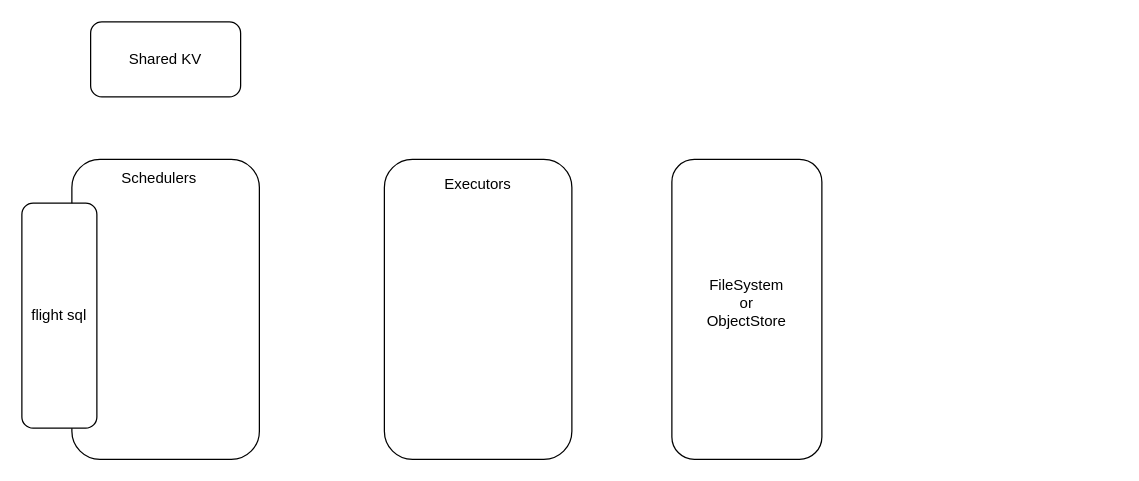
The draw.io diagram content/blog/2024-04-17-ballista-mvp-part1/ballista-mvp-architecture.drawio in systemxlabs/systemxlabs.github.io, before the edit. Source tidied: cells renumbered, new cells numbered last; positions are measured from the earlier drawing's top-left corner, leaving out a move shared by most shapes. Both pictures are drawn from the tidied source at 125%, with x=0, y=0 at pixel (21, 21).
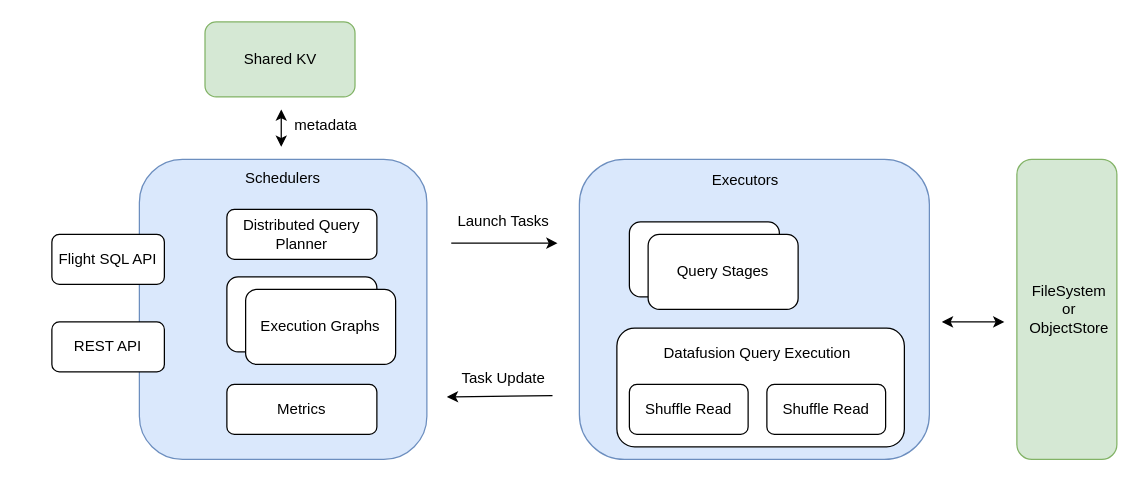
Above is the later version.

Commit message (it also covers changes not shown here):
Update ballista blog part1

Diff of the diagram source:
```diff
@@
-    <mxCell id="2" style="rounded=1;whiteSpace=wrap;html=1;" parent="1" vertex="1">
-      <mxGeometry x="40" y="110" width="150" height="240" as="geometry" />
+    <mxCell id="2" style="rounded=1;whiteSpace=wrap;html=1;fillColor=#dae8fc;strokeColor=#6c8ebf;" parent="1" vertex="1">
+      <mxGeometry x="94" y="110" width="230" height="240" as="geometry" />
     </mxCell>
     <mxCell id="3" value="Schedulers" style="text;html=1;align=center;verticalAlign=middle;whiteSpace=wrap;rounded=0;" parent="1" vertex="1">
-      <mxGeometry x="80" y="110" width="60" height="30" as="geometry" />
+      <mxGeometry x="179" y="110" width="60" height="30" as="geometry" />
     </mxCell>
-    <mxCell id="4" value="flight sql" style="rounded=1;whiteSpace=wrap;html=1;" parent="1" vertex="1">
-      <mxGeometry y="145" width="60" height="180" as="geometry" />
+    <mxCell id="4" value="Flight SQL API" style="rounded=1;whiteSpace=wrap;html=1;" parent="1" vertex="1">
+      <mxGeometry x="24" y="170" width="90" height="40" as="geometry" />
     </mxCell>
-    <mxCell id="5" style="rounded=1;whiteSpace=wrap;html=1;" parent="1" vertex="1">
-      <mxGeometry x="290" y="110" width="150" height="240" as="geometry" />
+    <mxCell id="5" style="rounded=1;whiteSpace=wrap;html=1;fillColor=#dae8fc;strokeColor=#6c8ebf;" parent="1" vertex="1">
+      <mxGeometry x="446" y="110" width="280" height="240" as="geometry" />
     </mxCell>
     <mxCell id="6" value="Executors" style="text;html=1;align=center;verticalAlign=middle;whiteSpace=wrap;rounded=0;" parent="1" vertex="1">
-      <mxGeometry x="335" y="115" width="60" height="30" as="geometry" />
+      <mxGeometry x="549" y="112" width="60" height="30" as="geometry" />
     </mxCell>
-    <mxCell id="7" value="Shared KV" style="rounded=1;whiteSpace=wrap;html=1;" parent="1" vertex="1">
-      <mxGeometry x="55" width="120" height="60" as="geometry" />
+    <mxCell id="7" value="Shared KV" style="rounded=1;whiteSpace=wrap;html=1;fillColor=#d5e8d4;strokeColor=#82b366;" parent="1" vertex="1">
+      <mxGeometry x="146.5" width="120" height="60" as="geometry" />
     </mxCell>
-    <mxCell id="8" style="rounded=1;whiteSpace=wrap;html=1;" parent="1" vertex="1">
-      <mxGeometry x="520" y="110" width="120" height="240" as="geometry" />
+    <mxCell id="8" style="rounded=1;whiteSpace=wrap;html=1;fillColor=#d5e8d4;strokeColor=#82b366;" parent="1" vertex="1">
+      <mxGeometry x="796" y="110" width="80" height="240" as="geometry" />
     </mxCell>
     <mxCell id="9" value="FileSystem or ObjectStore" style="text;html=1;align=center;verticalAlign=middle;whiteSpace=wrap;rounded=0;" parent="1" vertex="1">
-      <mxGeometry x="550" y="210" width="60" height="30" as="geometry" />
+      <mxGeometry x="808" y="215" width="60" height="30" as="geometry" />
     </mxCell>
+    <mxCell id="10" style="endArrow=classic;html=1;rounded=0;entryX=0.935;entryY=1.067;entryDx=0;entryDy=0;entryPerimeter=0;" parent="1" edge="1" target="11">
+      <mxGeometry relative="1" as="geometry">
+        <mxPoint x="343.5" y="177" as="sourcePoint" />
+      </mxGeometry>
+    </mxCell>
+    <mxCell id="11" value="Launch Tasks" style="text;html=1;align=center;verticalAlign=middle;points=[];strokeColor=none;fillColor=none;" parent="1" vertex="1">
+      <mxGeometry x="335" y="145" width="100" height="30" as="geometry" />
+    </mxCell>
+    <mxCell id="12" style="endArrow=classic;html=1;rounded=0;exitX=0.939;exitY=0.967;exitDx=0;exitDy=0;exitPerimeter=0;" parent="1" edge="1" source="13">
+      <mxGeometry relative="1" as="geometry">
+        <mxPoint x="340" y="300" as="targetPoint" />
+      </mxGeometry>
+    </mxCell>
+    <mxCell id="13" value="Task Update" style="text;html=1;align=center;verticalAlign=middle;points=[];strokeColor=none;fillColor=none;" parent="1" vertex="1">
+      <mxGeometry x="340" y="270" width="90" height="30" as="geometry" />
+    </mxCell>
+    <mxCell id="14" style="endArrow=classic;startArrow=classic;html=1;rounded=0;" parent="1" edge="1">
+      <mxGeometry relative="1" as="geometry">
+        <mxPoint x="207.5" y="100" as="sourcePoint" />
+        <mxPoint x="207.5" y="70" as="targetPoint" />
+      </mxGeometry>
+    </mxCell>
+    <mxCell id="15" value="metadata" style="text;html=1;align=center;verticalAlign=middle;strokeColor=none;fillColor=none;" parent="1" vertex="1">
+      <mxGeometry x="207.5" y="68" width="70" height="30" as="geometry" />
+    </mxCell>
+    <mxCell id="16" value="REST API" style="rounded=1;whiteSpace=wrap;html=1;" parent="1" vertex="1">
+      <mxGeometry x="24" y="240" width="90" height="40" as="geometry" />
+    </mxCell>
+    <mxCell id="17" value="Distributed Query Planner" style="rounded=1;whiteSpace=wrap;html=1;" parent="1" vertex="1">
+      <mxGeometry x="164" y="150" width="120" height="40" as="geometry" />
+    </mxCell>
+    <mxCell id="18" style="rounded=1;whiteSpace=wrap;html=1;" parent="1" vertex="1">
+      <mxGeometry x="164" y="204" width="120" height="60" as="geometry" />
+    </mxCell>
+    <mxCell id="19" value="Execution Graphs" style="rounded=1;whiteSpace=wrap;html=1;" parent="1" vertex="1">
+      <mxGeometry x="179" y="214" width="120" height="60" as="geometry" />
+    </mxCell>
+    <mxCell id="20" value="Metrics" style="rounded=1;whiteSpace=wrap;html=1;" parent="1" vertex="1">
+      <mxGeometry x="164" y="290" width="120" height="40" as="geometry" />
+    </mxCell>
+    <mxCell id="21" style="rounded=1;whiteSpace=wrap;html=1;" parent="1" vertex="1">
+      <mxGeometry x="486" y="160" width="120" height="60" as="geometry" />
+    </mxCell>
+    <mxCell id="22" value="Query Stages" style="rounded=1;whiteSpace=wrap;html=1;" parent="1" vertex="1">
+      <mxGeometry x="501" y="170" width="120" height="60" as="geometry" />
+    </mxCell>
+    <mxCell id="23" style="rounded=1;whiteSpace=wrap;html=1;" parent="1" vertex="1">
+      <mxGeometry x="476" y="245" width="230" height="95" as="geometry" />
+    </mxCell>
+    <mxCell id="24" value="Shuffle Read" style="rounded=1;whiteSpace=wrap;html=1;" parent="1" vertex="1">
+      <mxGeometry x="486" y="290" width="95" height="40" as="geometry" />
+    </mxCell>
+    <mxCell id="25" value="Shuffle Read" style="rounded=1;whiteSpace=wrap;html=1;" parent="1" vertex="1">
+      <mxGeometry x="596" y="290" width="95" height="40" as="geometry" />
+    </mxCell>
+    <mxCell id="26" value="Datafusion Query Execution" style="text;html=1;align=center;verticalAlign=middle;whiteSpace=wrap;rounded=0;" parent="1" vertex="1">
+      <mxGeometry x="501" y="250" width="175" height="30" as="geometry" />
+    </mxCell>
+    <mxCell id="27" style="endArrow=classic;startArrow=classic;html=1;rounded=0;" parent="1" edge="1">
+      <mxGeometry relative="1" as="geometry">
+        <mxPoint x="736" y="240" as="sourcePoint" />
+        <mxPoint x="786" y="240" as="targetPoint" />
+      </mxGeometry>
+    </mxCell>
```
